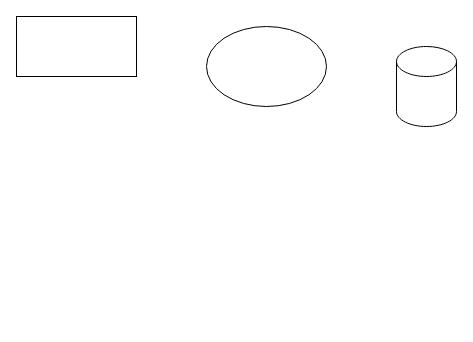
Before: demo/未命名绘图.drawio in Yohann0617/drawio, a draw.io diagram. Source tidied: cells renumbered, new cells numbered last; positions are measured from the earlier drawing's top-left corner, leaving out a move shared by most shapes. Both pictures are drawn from the tidied source at 100%, with x=0, y=0 at pixel (16, 16).
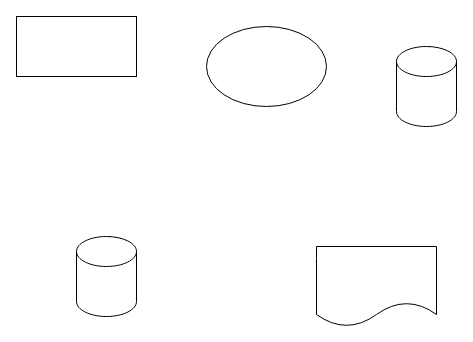
Above is the later version.

Change to the diagram source:
```diff
@@
 <mxGraphModel>
   <root>
     <mxCell id="0" />
     <mxCell id="1" parent="0" />
     <mxCell id="2" style="rounded=0;whiteSpace=wrap;html=1;" parent="1" vertex="1">
       <mxGeometry width="120" height="60" as="geometry" />
     </mxCell>
     <mxCell id="3" style="ellipse;whiteSpace=wrap;html=1;" parent="1" vertex="1">
       <mxGeometry x="190" y="10" width="120" height="80" as="geometry" />
     </mxCell>
     <mxCell id="4" style="shape=cylinder3;whiteSpace=wrap;html=1;boundedLbl=1;backgroundOutline=1;size=15;" parent="1" vertex="1">
       <mxGeometry x="380" y="30" width="60" height="80" as="geometry" />
     </mxCell>
+    <mxCell id="5" style="shape=cylinder3;whiteSpace=wrap;html=1;boundedLbl=1;backgroundOutline=1;size=15;" parent="1" vertex="1">
+      <mxGeometry x="60" y="220" width="60" height="80" as="geometry" />
+    </mxCell>
+    <mxCell id="6" style="shape=document;whiteSpace=wrap;html=1;boundedLbl=1;" parent="1" vertex="1">
+      <mxGeometry x="300" y="230" width="120" height="80" as="geometry" />
+    </mxCell>
   </root>
 </mxGraphModel>
```
